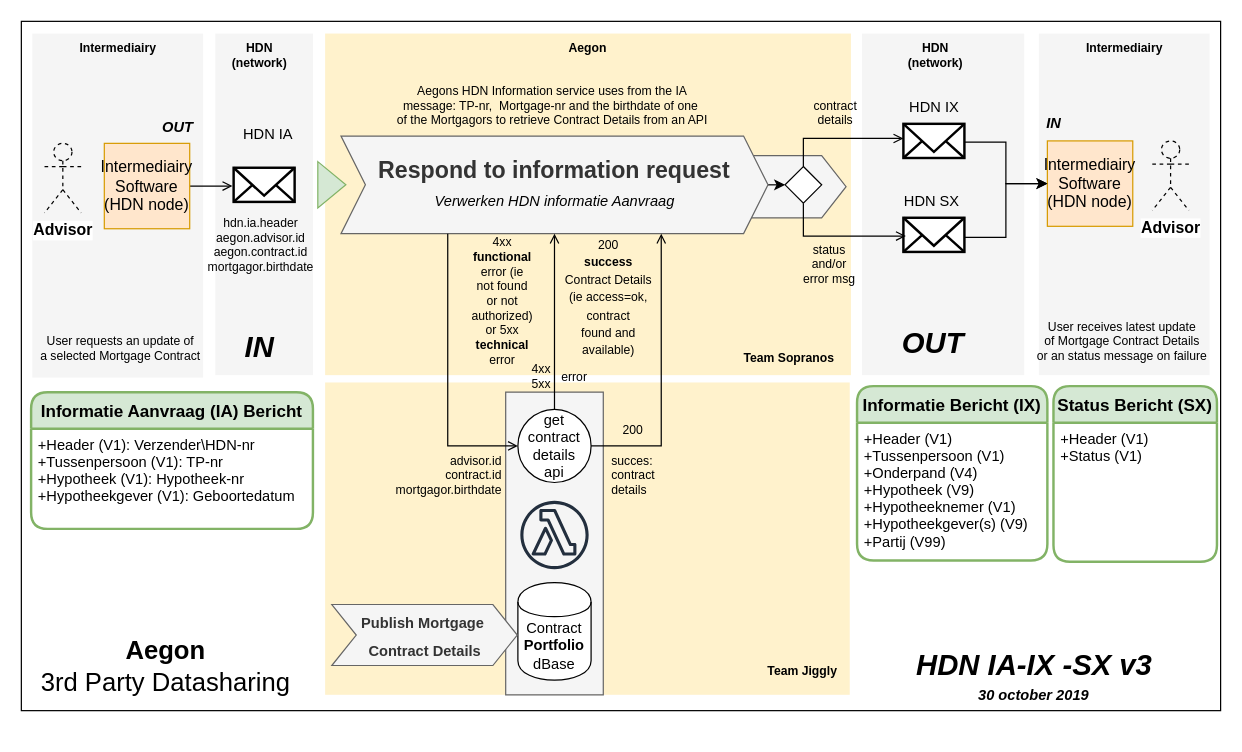
The draw.io diagram page "Communicatie" (1 of 20) of 3rdPartyDatasharing-HDN-IA-IX.drawio in luchthandel/diagrams, before the edit. Source tidied: cells renumbered, new cells numbered last; positions are measured from the earlier drawing's top-left corner, leaving out a move shared by most shapes. Both pictures are drawn from the tidied source at 122%, with x=0, y=0 at pixel (21, 21).
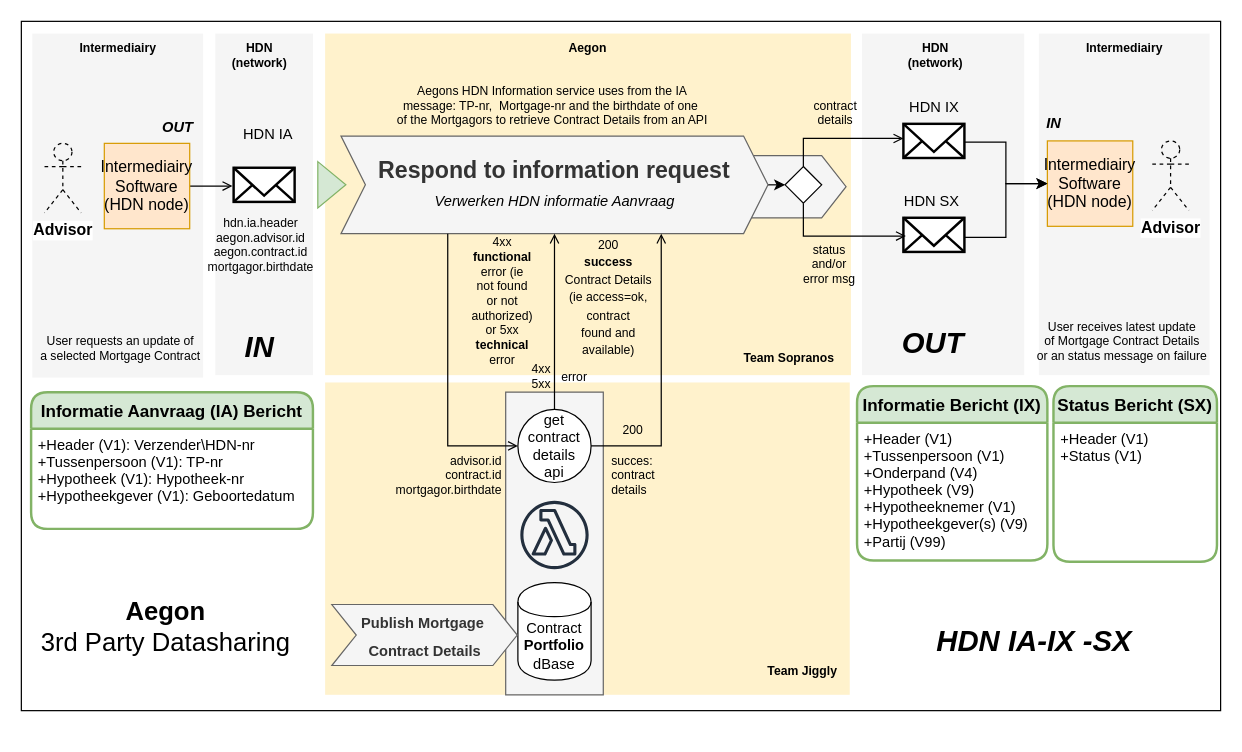
The same page after the edit.

The edit, as a diff of the source:
```diff
@@
     <mxCell id="66" value="&lt;span style=&quot;font-size: 21px&quot;&gt;&lt;b&gt;Aegon&lt;/b&gt;&lt;br&gt;3rd Party Datasharing&lt;/span&gt;" style="text;html=1;strokeColor=none;fillColor=none;align=center;verticalAlign=middle;whiteSpace=wrap;rounded=0;" parent="1" vertex="1">
-      <mxGeometry x="13" y="475" width="211" height="106" as="geometry" />
+      <mxGeometry x="13" y="443" width="211" height="106" as="geometry" />
     </mxCell>
     <mxCell id="67" style="group;" parent="1" vertex="1">
-      <mxGeometry x="724.5" y="475" width="211" height="106" as="geometry" />
+      <mxGeometry x="725" y="463" width="211" height="91" as="geometry" />
     </mxCell>
-    <mxCell id="68" value="&lt;b style=&quot;font-size: 24px ; font-style: italic&quot;&gt;HDN IA-IX -SX v3&lt;/b&gt;" style="text;html=1;strokeColor=none;fillColor=none;align=center;verticalAlign=middle;whiteSpace=wrap;rounded=0;" parent="67" vertex="1">
-      <mxGeometry width="211" height="106" as="geometry" />
+    <mxCell id="68" value="&lt;b style=&quot;font-size: 24px ; font-style: italic&quot;&gt;HDN IA-IX -SX&lt;/b&gt;" style="text;html=1;strokeColor=none;fillColor=none;align=center;verticalAlign=middle;whiteSpace=wrap;rounded=0;" parent="67" vertex="1">
+      <mxGeometry width="211" height="91" as="geometry" />
     </mxCell>
-    <mxCell id="69" value="&lt;font&gt;&lt;b&gt;&lt;i&gt;30 october 2019&lt;/i&gt;&lt;/b&gt;&lt;br&gt;&lt;/font&gt;" style="text;html=1;strokeColor=none;fillColor=none;align=center;verticalAlign=middle;whiteSpace=wrap;rounded=0;" parent="67" vertex="1">
-      <mxGeometry x="35.5" y="68" width="140" height="19" as="geometry" />
-    </mxCell>
```
